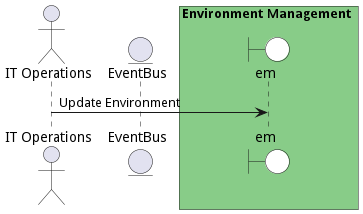
This is docs/edgemere/aml/ds/em/usecases/manageenvironment/UpdateEnvironment.png from madajaju/edgemere, a PlantUML export, as it was before one commit.
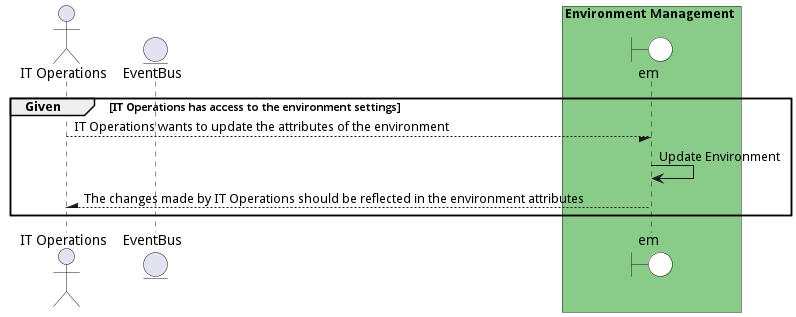
The same diagram one commit later.

The edit, as a diff of the source:
```diff
@@ -1,4 +1,5 @@
 @startuml
+
 
 actor "IT Operations"
 
@@ -10,9 +11,16 @@
 end box
 
 
+group Given [IT Operations has access to the environment settings]
 
-"IT Operations" -> em: Update Environment
+"IT Operations" --/ em: IT Operations wants to update the attributes of the environment
+"em" -> em: Update Environment
 
 
 
+"IT Operations" /-- em: The changes made by IT Operations should be reflected in the environment attributes
+
+
+end
+
 @enduml
```
